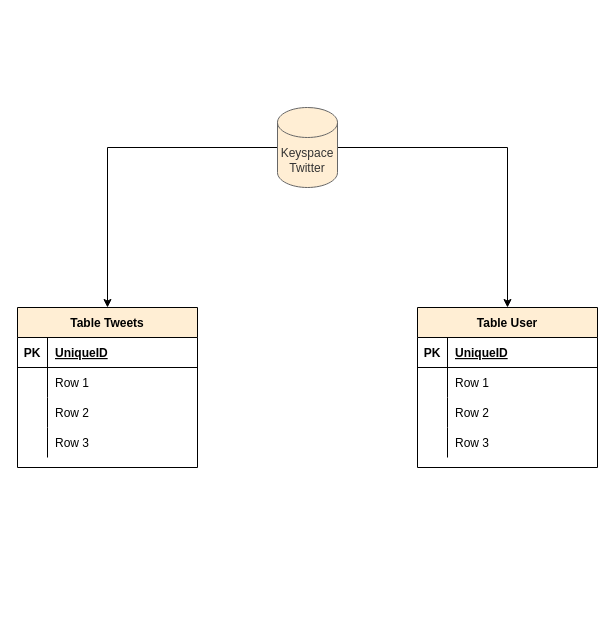
Before: page "Page-1" (1 of 2) of architecture-cass.drawio in Miracle-Fruit/kikeriki, a draw.io diagram. Source tidied: cells renumbered, new cells numbered last; positions are measured from the earlier drawing's top-left corner, leaving out a move shared by most shapes. Both pictures are drawn from the tidied source at 100%, with x=0, y=0 at pixel (17, 107).
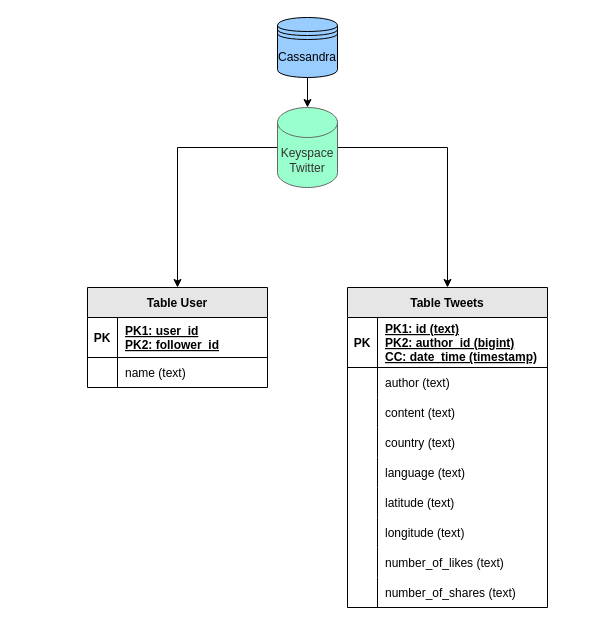
The same diagram, later.

Change to the diagram source:
```diff
@@
-    <mxCell id="4" value="Keyspace&lt;br&gt;Twitter" style="shape=cylinder3;whiteSpace=wrap;html=1;boundedLbl=1;backgroundOutline=1;size=15;fillColor=#FFEED4;fontColor=#333333;strokeColor=#666666;" parent="1" vertex="1">
+    <mxCell id="4" value="Keyspace&lt;br&gt;Twitter" style="shape=cylinder3;whiteSpace=wrap;html=1;boundedLbl=1;backgroundOutline=1;size=15;fillColor=#99FFCC;fontColor=#333333;strokeColor=#666666;" parent="1" vertex="1">
       <mxGeometry x="260" width="60" height="80" as="geometry" />
     </mxCell>
-    <mxCell id="5" value="Table Tweets" style="shape=table;startSize=30;childLayout=tableLayout;rowLines=0;fontStyle=1;align=center;fillColor=#FFEED4;" parent="1" vertex="1">
-      <mxGeometry y="200" width="180" height="160" as="geometry" />
+    <mxCell id="5" value="Table User" style="shape=table;startSize=30;childLayout=tableLayout;rowLines=0;fontStyle=1;align=center;fillColor=#E6E6E6;" parent="1" vertex="1">
+      <mxGeometry x="70" y="180" width="180" height="100" as="geometry" />
     </mxCell>
     <mxCell id="6" style="shape=tableRow;horizontal=0;startSize=0;swimlaneHead=0;swimlaneBody=0;fillColor=none;top=0;left=0;right=0;bottom=1;" parent="5" vertex="1">
-      <mxGeometry y="30" width="180" height="30" as="geometry" />
+      <mxGeometry y="30" width="180" height="40" as="geometry" />
     </mxCell>
     <mxCell id="7" value="PK" style="shape=partialRectangle;fillColor=none;top=0;left=0;bottom=0;right=0;fontStyle=1;overflow=hidden;" parent="6" vertex="1">
-      <mxGeometry width="30" height="30" as="geometry" />
+      <mxGeometry width="30" height="40" as="geometry" />
     </mxCell>
-    <mxCell id="8" value="UniqueID" style="shape=partialRectangle;fillColor=none;top=0;left=0;bottom=0;right=0;align=left;spacingLeft=6;fontStyle=5;overflow=hidden;" parent="6" vertex="1">
-      <mxGeometry x="30" width="150" height="30" as="geometry" />
+    <mxCell id="8" value="PK1: user_id&#10;PK2: follower_id" style="shape=partialRectangle;fillColor=none;top=0;left=0;bottom=0;right=0;align=left;spacingLeft=6;fontStyle=5;overflow=hidden;" parent="6" vertex="1">
+      <mxGeometry x="30" width="150" height="40" as="geometry" />
     </mxCell>
     <mxCell id="9" style="shape=tableRow;horizontal=0;startSize=0;swimlaneHead=0;swimlaneBody=0;fillColor=none;top=0;left=0;right=0;bottom=0;" parent="5" vertex="1">
-      <mxGeometry y="60" width="180" height="30" as="geometry" />
+      <mxGeometry y="70" width="180" height="30" as="geometry" />
     </mxCell>
@@
-    <mxCell id="11" value="Row 1" style="shape=partialRectangle;fillColor=none;top=0;left=0;bottom=0;right=0;align=left;spacingLeft=6;overflow=hidden;" parent="9" vertex="1">
+    <mxCell id="11" value="name (text)" style="shape=partialRectangle;fillColor=none;top=0;left=0;bottom=0;right=0;align=left;spacingLeft=6;overflow=hidden;" parent="9" vertex="1">
       <mxGeometry x="30" width="150" height="30" as="geometry" />
     </mxCell>
-    <mxCell id="12" style="shape=tableRow;horizontal=0;startSize=0;swimlaneHead=0;swimlaneBody=0;fillColor=none;top=0;left=0;right=0;bottom=0;" parent="5" vertex="1">
-      <mxGeometry y="90" width="180" height="30" as="geometry" />
-    </mxCell>
-    <mxCell id="13" style="shape=partialRectangle;fillColor=none;top=0;left=0;bottom=0;right=0;overflow=hidden;" parent="12" vertex="1">
-      <mxGeometry width="30" height="30" as="geometry" />
-    </mxCell>
-    <mxCell id="14" value="Row 2" style="shape=partialRectangle;fillColor=none;top=0;left=0;bottom=0;right=0;align=left;spacingLeft=6;overflow=hidden;" parent="12" vertex="1">
-      <mxGeometry x="30" width="150" height="30" as="geometry" />
-    </mxCell>
-    <mxCell id="15" style="shape=tableRow;horizontal=0;startSize=0;swimlaneHead=0;swimlaneBody=0;fillColor=none;top=0;left=0;right=0;bottom=0;" parent="5" vertex="1">
-      <mxGeometry y="120" width="180" height="30" as="geometry" />
-    </mxCell>
-    <mxCell id="16" style="shape=partialRectangle;fillColor=none;top=0;left=0;bottom=0;right=0;overflow=hidden;" parent="15" vertex="1">
-      <mxGeometry width="30" height="30" as="geometry" />
-    </mxCell>
-    <mxCell id="17" value="Row 3" style="shape=partialRectangle;fillColor=none;top=0;left=0;bottom=0;right=0;align=left;spacingLeft=6;overflow=hidden;" parent="15" vertex="1">
-      <mxGeometry x="30" width="150" height="30" as="geometry" />
-    </mxCell>
-    <mxCell id="18" value="Table User" style="shape=table;startSize=30;childLayout=tableLayout;rowLines=0;fontStyle=1;align=center;fillColor=#FFEED4;" parent="1" vertex="1">
-      <mxGeometry x="400" y="200" width="180" height="160" as="geometry" />
+    <mxCell id="18" value="Table Tweets" style="shape=table;startSize=30;childLayout=tableLayout;rowLines=0;fontStyle=1;align=center;fillColor=#E6E6E6;arcSize=15;rounded=0;" parent="1" vertex="1">
+      <mxGeometry x="330" y="180" width="200" height="320" as="geometry" />
     </mxCell>
     <mxCell id="19" style="shape=tableRow;horizontal=0;startSize=0;swimlaneHead=0;swimlaneBody=0;fillColor=none;top=0;left=0;right=0;bottom=1;" parent="18" vertex="1">
-      <mxGeometry y="30" width="180" height="30" as="geometry" />
+      <mxGeometry y="30" width="200" height="50" as="geometry" />
     </mxCell>
     <mxCell id="20" value="PK" style="shape=partialRectangle;fillColor=none;top=0;left=0;bottom=0;right=0;fontStyle=1;overflow=hidden;" parent="19" vertex="1">
-      <mxGeometry width="30" height="30" as="geometry" />
+      <mxGeometry width="30" height="50" as="geometry" />
     </mxCell>
-    <mxCell id="21" value="UniqueID" style="shape=partialRectangle;fillColor=none;top=0;left=0;bottom=0;right=0;align=left;spacingLeft=6;fontStyle=5;overflow=hidden;" parent="19" vertex="1">
-      <mxGeometry x="30" width="150" height="30" as="geometry" />
+    <mxCell id="21" value="PK1: id (text)&#10;PK2: author_id (bigint)&#10;CC: date_time (timestamp)" style="shape=partialRectangle;fillColor=none;top=0;left=0;bottom=0;right=0;align=left;spacingLeft=6;fontStyle=5;overflow=hidden;" parent="19" vertex="1">
+      <mxGeometry x="30" width="170" height="50" as="geometry" />
     </mxCell>
     <mxCell id="22" style="shape=tableRow;horizontal=0;startSize=0;swimlaneHead=0;swimlaneBody=0;fillColor=none;top=0;left=0;right=0;bottom=0;" parent="18" vertex="1">
-      <mxGeometry y="60" width="180" height="30" as="geometry" />
+      <mxGeometry y="80" width="200" height="30" as="geometry" />
     </mxCell>
@@
-    <mxCell id="24" value="Row 1" style="shape=partialRectangle;fillColor=none;top=0;left=0;bottom=0;right=0;align=left;spacingLeft=6;overflow=hidden;" parent="22" vertex="1">
-      <mxGeometry x="30" width="150" height="30" as="geometry" />
+    <mxCell id="24" value="author (text)" style="shape=partialRectangle;fillColor=none;top=0;left=0;bottom=0;right=0;align=left;spacingLeft=6;overflow=hidden;" parent="22" vertex="1">
+      <mxGeometry x="30" width="170" height="30" as="geometry" />
     </mxCell>
     <mxCell id="25" style="shape=tableRow;horizontal=0;startSize=0;swimlaneHead=0;swimlaneBody=0;fillColor=none;top=0;left=0;right=0;bottom=0;" parent="18" vertex="1">
-      <mxGeometry y="90" width="180" height="30" as="geometry" />
+      <mxGeometry y="110" width="200" height="30" as="geometry" />
     </mxCell>
@@
-    <mxCell id="27" value="Row 2" style="shape=partialRectangle;fillColor=none;top=0;left=0;bottom=0;right=0;align=left;spacingLeft=6;overflow=hidden;" parent="25" vertex="1">
-      <mxGeometry x="30" width="150" height="30" as="geometry" />
+    <mxCell id="27" value="content (text)" style="shape=partialRectangle;fillColor=none;top=0;left=0;bottom=0;right=0;align=left;spacingLeft=6;overflow=hidden;" parent="25" vertex="1">
+      <mxGeometry x="30" width="170" height="30" as="geometry" />
     </mxCell>
     <mxCell id="28" style="shape=tableRow;horizontal=0;startSize=0;swimlaneHead=0;swimlaneBody=0;fillColor=none;top=0;left=0;right=0;bottom=0;" parent="18" vertex="1">
-      <mxGeometry y="120" width="180" height="30" as="geometry" />
+      <mxGeometry y="140" width="200" height="30" as="geometry" />
     </mxCell>
@@
-    <mxCell id="30" value="Row 3" style="shape=partialRectangle;fillColor=none;top=0;left=0;bottom=0;right=0;align=left;spacingLeft=6;overflow=hidden;" parent="28" vertex="1">
-      <mxGeometry x="30" width="150" height="30" as="geometry" />
+    <mxCell id="30" value="country (text)" style="shape=partialRectangle;fillColor=none;top=0;left=0;bottom=0;right=0;align=left;spacingLeft=6;overflow=hidden;" parent="28" vertex="1">
+      <mxGeometry x="30" width="170" height="30" as="geometry" />
     </mxCell>
+    <mxCell id="31" style="shape=tableRow;horizontal=0;startSize=0;swimlaneHead=0;swimlaneBody=0;fillColor=none;top=0;left=0;right=0;bottom=0;" parent="18" vertex="1">
+      <mxGeometry y="170" width="200" height="30" as="geometry" />
+    </mxCell>
+    <mxCell id="32" style="shape=partialRectangle;fillColor=none;top=0;left=0;bottom=0;right=0;overflow=hidden;" parent="31" vertex="1">
+      <mxGeometry width="30" height="30" as="geometry" />
+    </mxCell>
+    <mxCell id="33" value="language (text)" style="shape=partialRectangle;fillColor=none;top=0;left=0;bottom=0;right=0;align=left;spacingLeft=6;overflow=hidden;" parent="31" vertex="1">
+      <mxGeometry x="30" width="170" height="30" as="geometry" />
+    </mxCell>
+    <mxCell id="34" style="shape=tableRow;horizontal=0;startSize=0;swimlaneHead=0;swimlaneBody=0;fillColor=none;top=0;left=0;right=0;bottom=0;" parent="18" vertex="1">
+      <mxGeometry y="200" width="200" height="30" as="geometry" />
+    </mxCell>
+    <mxCell id="35" style="shape=partialRectangle;fillColor=none;top=0;left=0;bottom=0;right=0;overflow=hidden;" parent="34" vertex="1">
+      <mxGeometry width="30" height="30" as="geometry" />
+    </mxCell>
+    <mxCell id="36" value="latitude (text)" style="shape=partialRectangle;fillColor=none;top=0;left=0;bottom=0;right=0;align=left;spacingLeft=6;overflow=hidden;" parent="34" vertex="1">
+      <mxGeometry x="30" width="170" height="30" as="geometry" />
+    </mxCell>
+    <mxCell id="37" style="shape=tableRow;horizontal=0;startSize=0;swimlaneHead=0;swimlaneBody=0;fillColor=none;top=0;left=0;right=0;bottom=0;" parent="18" vertex="1">
+      <mxGeometry y="230" width="200" height="30" as="geometry" />
+    </mxCell>
+    <mxCell id="38" style="shape=partialRectangle;fillColor=none;top=0;left=0;bottom=0;right=0;overflow=hidden;" parent="37" vertex="1">
+      <mxGeometry width="30" height="30" as="geometry" />
+    </mxCell>
+    <mxCell id="39" value="longitude (text)" style="shape=partialRectangle;fillColor=none;top=0;left=0;bottom=0;right=0;align=left;spacingLeft=6;overflow=hidden;" parent="37" vertex="1">
+      <mxGeometry x="30" width="170" height="30" as="geometry" />
+    </mxCell>
+    <mxCell id="40" style="shape=tableRow;horizontal=0;startSize=0;swimlaneHead=0;swimlaneBody=0;fillColor=none;top=0;left=0;right=0;bottom=0;" parent="18" vertex="1">
+      <mxGeometry y="260" width="200" height="30" as="geometry" />
+    </mxCell>
+    <mxCell id="41" style="shape=partialRectangle;fillColor=none;top=0;left=0;bottom=0;right=0;overflow=hidden;" parent="40" vertex="1">
+      <mxGeometry width="30" height="30" as="geometry" />
+    </mxCell>
+    <mxCell id="42" value="number_of_likes (text)" style="shape=partialRectangle;fillColor=none;top=0;left=0;bottom=0;right=0;align=left;spacingLeft=6;overflow=hidden;" parent="40" vertex="1">
+      <mxGeometry x="30" width="170" height="30" as="geometry" />
+    </mxCell>
+    <mxCell id="43" style="shape=tableRow;horizontal=0;startSize=0;swimlaneHead=0;swimlaneBody=0;fillColor=none;top=0;left=0;right=0;bottom=0;" parent="18" vertex="1">
+      <mxGeometry y="290" width="200" height="30" as="geometry" />
+    </mxCell>
+    <mxCell id="44" style="shape=partialRectangle;fillColor=none;top=0;left=0;bottom=0;right=0;overflow=hidden;" parent="43" vertex="1">
+      <mxGeometry width="30" height="30" as="geometry" />
+    </mxCell>
+    <mxCell id="45" value="number_of_shares (text)" style="shape=partialRectangle;fillColor=none;top=0;left=0;bottom=0;right=0;align=left;spacingLeft=6;overflow=hidden;" parent="43" vertex="1">
+      <mxGeometry x="30" width="170" height="30" as="geometry" />
+    </mxCell>
+    <mxCell id="46" style="edgeStyle=none;html=1;" parent="1" edge="1" source="47" target="4">
+      <mxGeometry relative="1" as="geometry" />
+    </mxCell>
+    <mxCell id="47" value="Cassandra" style="shape=datastore;whiteSpace=wrap;html=1;fillColor=#99CCFF;" parent="1" vertex="1">
+      <mxGeometry x="260" y="-90" width="60" height="60" as="geometry" />
+    </mxCell>
+    <mxCell id="48" style="shape=partialRectangle;fillColor=none;top=0;left=0;bottom=0;right=0;overflow=hidden;" parent="1" vertex="1">
+      <mxGeometry x="400" y="370" width="30" height="30" as="geometry" />
+    </mxCell>
```
